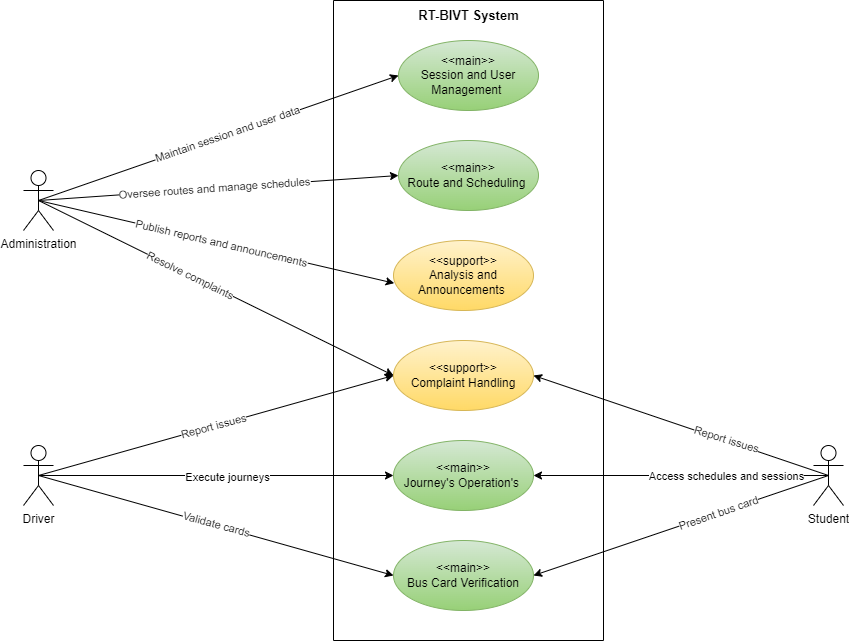
Abubakar-doc/FYP-24-SE-A-204 keeps this draw.io diagram as Project Real-Time Bus ID Verification and Tracking/DOCUMENTATION/UseCaseDiagrams/OverallSystem.drawio.png. Above is the earlier version. Source tidied: cells renumbered, new cells last; positions are measured from the earlier drawing's top-left corner, leaving out a move shared by most shapes. The source it was exported from:
```xml
<mxGraphModel>
  <root>
    <mxCell id="0" />
    <mxCell id="1" parent="0" />
    <mxCell id="2" style="swimlane;startSize=0;fillColor=default;fontColor=#000000;strokeColor=#000000;" parent="1" vertex="1">
      <mxGeometry x="310" width="270" height="640" as="geometry" />
    </mxCell>
    <mxCell id="3" value="&lt;b&gt;&lt;font style=&quot;font-size: 13px;&quot;&gt;RT-BIVT System&lt;/font&gt;&lt;/b&gt;" style="text;html=1;align=center;verticalAlign=middle;strokeColor=none;fillColor=none;fontColor=#000000;" parent="2" vertex="1">
      <mxGeometry x="75" width="120" height="30" as="geometry" />
    </mxCell>
    <mxCell id="4" value="&lt;div&gt;&amp;lt;&amp;lt;main&amp;gt;&amp;gt;&lt;/div&gt;&lt;div&gt;Session and User Management&amp;nbsp;&lt;/div&gt;" style="ellipse;whiteSpace=wrap;html=1;fillColor=#d5e8d4;strokeColor=#82b366;gradientColor=#97d077;" parent="2" vertex="1">
      <mxGeometry x="65" y="40" width="140" height="70" as="geometry" />
    </mxCell>
    <mxCell id="5" value="&lt;div&gt;&amp;lt;&amp;lt;main&amp;gt;&amp;gt;&lt;/div&gt;&lt;div&gt;Route and Scheduling&amp;nbsp;&lt;/div&gt;" style="ellipse;whiteSpace=wrap;html=1;fillColor=#d5e8d4;strokeColor=#82b366;gradientColor=#97d077;" parent="2" vertex="1">
      <mxGeometry x="65" y="140" width="140" height="70" as="geometry" />
    </mxCell>
    <mxCell id="6" value="&lt;div&gt;&amp;lt;&amp;lt;main&amp;gt;&amp;gt;&lt;/div&gt;&lt;div&gt;Bus Card Verification&lt;/div&gt;" style="ellipse;whiteSpace=wrap;html=1;fillColor=#d5e8d4;strokeColor=#82b366;gradientColor=#97d077;" parent="2" vertex="1">
      <mxGeometry x="60" y="540" width="140" height="70" as="geometry" />
    </mxCell>
    <mxCell id="7" value="&lt;div&gt;&amp;lt;&amp;lt;main&amp;gt;&amp;gt;&lt;/div&gt;&lt;div&gt;Journey's Operation's&amp;nbsp;&lt;/div&gt;" style="ellipse;whiteSpace=wrap;html=1;fillColor=#d5e8d4;strokeColor=#82b366;gradientColor=#97d077;" parent="2" vertex="1">
      <mxGeometry x="60" y="440" width="140" height="70" as="geometry" />
    </mxCell>
    <mxCell id="8" value="&lt;div&gt;&amp;lt;&amp;lt;support&amp;gt;&amp;gt;&lt;/div&gt;Analysis and Announcements&amp;nbsp;" style="ellipse;whiteSpace=wrap;html=1;fillColor=#fff2cc;strokeColor=#d6b656;gradientColor=#ffd966;" parent="2" vertex="1">
      <mxGeometry x="60" y="240" width="140" height="70" as="geometry" />
    </mxCell>
    <mxCell id="9" value="&lt;div&gt;&amp;lt;&amp;lt;support&amp;gt;&amp;gt;&lt;/div&gt;Complaint Handling" style="ellipse;whiteSpace=wrap;html=1;fillColor=#fff2cc;strokeColor=#d6b656;gradientColor=#ffd966;" parent="2" vertex="1">
      <mxGeometry x="60" y="340" width="140" height="70" as="geometry" />
    </mxCell>
    <mxCell id="10" style="rounded=0;jettySize=auto;html=1;exitX=0.5;exitY=0.5;exitDx=0;exitDy=0;exitPerimeter=0;entryX=0;entryY=0.5;entryDx=0;entryDy=0;" parent="1" edge="1" source="16" target="4">
      <mxGeometry relative="1" as="geometry" />
    </mxCell>
    <mxCell id="11" value="Maintain session and user data" style="edgeLabel;html=1;align=center;verticalAlign=middle;rotation=341;" parent="10" vertex="1">
      <mxGeometry x="-0.07" y="-1" relative="1" as="geometry">
        <mxPoint x="20" y="-9" as="offset" />
      </mxGeometry>
    </mxCell>
    <mxCell id="12" style="rounded=0;jettySize=auto;html=1;exitX=0.5;exitY=0.5;exitDx=0;exitDy=0;exitPerimeter=0;entryX=0;entryY=0.5;entryDx=0;entryDy=0;" parent="1" edge="1" source="16" target="5">
      <mxGeometry relative="1" as="geometry" />
    </mxCell>
    <mxCell id="13" value="Oversee routes and manage schedules" style="edgeLabel;html=1;align=center;verticalAlign=middle;rotation=356;" parent="12" vertex="1">
      <mxGeometry x="-0.05" relative="1" as="geometry">
        <mxPoint x="3" y="-1" as="offset" />
      </mxGeometry>
    </mxCell>
    <mxCell id="14" style="rounded=0;jettySize=auto;html=1;exitX=0.5;exitY=0.5;exitDx=0;exitDy=0;exitPerimeter=0;entryX=0;entryY=0.5;entryDx=0;entryDy=0;" parent="1" edge="1" source="16" target="9">
      <mxGeometry relative="1" as="geometry" />
    </mxCell>
    <mxCell id="15" value="Resolve complaints" style="edgeLabel;html=1;align=center;verticalAlign=middle;rotation=26;" parent="14" vertex="1">
      <mxGeometry x="-0.04" relative="1" as="geometry">
        <mxPoint x="-19" y="-10" as="offset" />
      </mxGeometry>
    </mxCell>
    <mxCell id="16" value="Administration" style="shape=umlActor;verticalLabelPosition=bottom;verticalAlign=top;html=1;fillColor=none;fontColor=#000000;strokeColor=#000000;" parent="1" vertex="1">
      <mxGeometry y="170" width="30" height="60" as="geometry" />
    </mxCell>
    <mxCell id="17" style="rounded=0;jettySize=auto;html=1;exitX=0.5;exitY=0.5;exitDx=0;exitDy=0;exitPerimeter=0;entryX=1;entryY=0.5;entryDx=0;entryDy=0;" parent="1" edge="1" source="19" target="9">
      <mxGeometry relative="1" as="geometry" />
    </mxCell>
    <mxCell id="18" value="Report issues" style="edgeLabel;html=1;align=center;verticalAlign=middle;rotation=17;" parent="17" vertex="1">
      <mxGeometry x="-0.23" relative="1" as="geometry">
        <mxPoint x="11" y="2" as="offset" />
      </mxGeometry>
    </mxCell>
    <mxCell id="19" value="Student" style="shape=umlActor;verticalLabelPosition=bottom;verticalAlign=top;html=1;fillColor=none;fontColor=#000000;strokeColor=#000000;" parent="1" vertex="1">
      <mxGeometry x="790" y="445" width="30" height="60" as="geometry" />
    </mxCell>
    <mxCell id="20" style="rounded=0;jettySize=auto;html=1;exitX=0.5;exitY=0.5;exitDx=0;exitDy=0;exitPerimeter=0;entryX=1;entryY=0.5;entryDx=0;entryDy=0;" parent="1" edge="1" source="19" target="7">
      <mxGeometry relative="1" as="geometry" />
    </mxCell>
    <mxCell id="21" value="Access schedules and sessions" style="edgeLabel;html=1;align=center;verticalAlign=middle;rotation=0;" parent="20" vertex="1">
      <mxGeometry x="0.06" y="1" relative="1" as="geometry">
        <mxPoint x="54" y="-1" as="offset" />
      </mxGeometry>
    </mxCell>
    <mxCell id="22" style="rounded=0;jettySize=auto;html=1;exitX=0.5;exitY=0.5;exitDx=0;exitDy=0;exitPerimeter=0;entryX=1;entryY=0.5;entryDx=0;entryDy=0;" parent="1" edge="1" source="19" target="6">
      <mxGeometry relative="1" as="geometry" />
    </mxCell>
    <mxCell id="23" value="Present bus card" style="edgeLabel;html=1;align=center;verticalAlign=middle;rotation=341;" parent="22" vertex="1">
      <mxGeometry x="-0.01" y="1" relative="1" as="geometry">
        <mxPoint x="34" y="-13" as="offset" />
      </mxGeometry>
    </mxCell>
    <mxCell id="24" style="rounded=0;jettySize=auto;html=1;exitX=0.5;exitY=0.5;exitDx=0;exitDy=0;exitPerimeter=0;entryX=0;entryY=0.5;entryDx=0;entryDy=0;" parent="1" edge="1" source="30" target="9">
      <mxGeometry relative="1" as="geometry" />
    </mxCell>
    <mxCell id="25" value="Report issues" style="edgeLabel;html=1;align=center;verticalAlign=middle;rotation=345;" parent="24" vertex="1">
      <mxGeometry x="0.01" y="-11" relative="1" as="geometry">
        <mxPoint x="-8" y="-10" as="offset" />
      </mxGeometry>
    </mxCell>
    <mxCell id="26" style="rounded=0;jettySize=auto;html=1;exitX=0.5;exitY=0.5;exitDx=0;exitDy=0;exitPerimeter=0;entryX=0;entryY=0.5;entryDx=0;entryDy=0;" parent="1" edge="1" source="30" target="6">
      <mxGeometry relative="1" as="geometry" />
    </mxCell>
    <mxCell id="27" value="Validate cards" style="edgeLabel;html=1;align=center;verticalAlign=middle;rotation=15;" parent="26" vertex="1">
      <mxGeometry y="2" relative="1" as="geometry">
        <mxPoint x="-1" as="offset" />
      </mxGeometry>
    </mxCell>
    <mxCell id="28" style="rounded=0;jettySize=auto;html=1;exitX=0.5;exitY=0.5;exitDx=0;exitDy=0;exitPerimeter=0;entryX=0;entryY=0.5;entryDx=0;entryDy=0;" parent="1" edge="1" source="30" target="7">
      <mxGeometry relative="1" as="geometry" />
    </mxCell>
    <mxCell id="29" value="Execute journeys" style="edgeLabel;html=1;align=center;verticalAlign=middle;" parent="28" vertex="1">
      <mxGeometry x="0.08" y="-4" relative="1" as="geometry">
        <mxPoint x="-3" y="-3" as="offset" />
      </mxGeometry>
    </mxCell>
    <mxCell id="30" value="Driver" style="shape=umlActor;verticalLabelPosition=bottom;verticalAlign=top;html=1;fillColor=none;fontColor=#000000;strokeColor=#000000;" parent="1" vertex="1">
      <mxGeometry y="445" width="30" height="60" as="geometry" />
    </mxCell>
    <mxCell id="31" style="rounded=0;jettySize=auto;html=1;exitX=0.5;exitY=0.5;exitDx=0;exitDy=0;exitPerimeter=0;entryX=0.005;entryY=0.61;entryDx=0;entryDy=0;entryPerimeter=0;" parent="1" edge="1" source="16" target="8">
      <mxGeometry relative="1" as="geometry" />
    </mxCell>
    <mxCell id="32" value="Publish reports and announcements" style="edgeLabel;html=1;align=center;verticalAlign=middle;rotation=13;" parent="31" vertex="1">
      <mxGeometry x="-0.01" y="3" relative="1" as="geometry">
        <mxPoint x="5" y="4" as="offset" />
      </mxGeometry>
    </mxCell>
  </root>
</mxGraphModel>
```
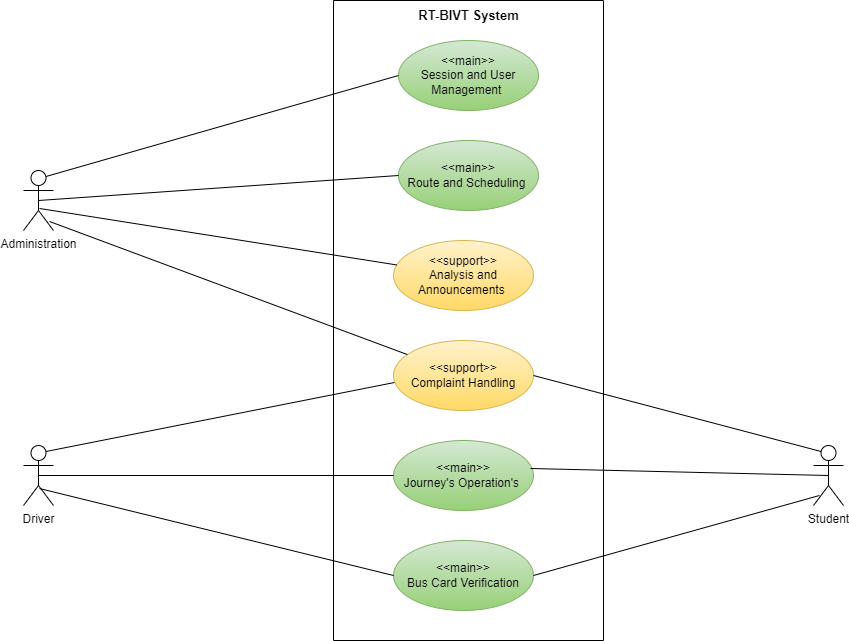
Later version of the same file.

Change to the diagram source:
```diff
@@ -26,94 +26,44 @@
     <mxCell id="9" value="&lt;div&gt;&amp;lt;&amp;lt;support&amp;gt;&amp;gt;&lt;/div&gt;Complaint Handling" style="ellipse;whiteSpace=wrap;html=1;fillColor=#fff2cc;strokeColor=#d6b656;gradientColor=#ffd966;" parent="2" vertex="1">
       <mxGeometry x="60" y="340" width="140" height="70" as="geometry" />
     </mxCell>
+    <mxCell id="16" value="Administration" style="shape=umlActor;verticalLabelPosition=bottom;verticalAlign=top;html=1;fillColor=none;fontColor=#000000;strokeColor=#000000;" parent="1" vertex="1">
+      <mxGeometry y="170" width="30" height="60" as="geometry" />
+    </mxCell>
+    <mxCell id="19" value="Student" style="shape=umlActor;verticalLabelPosition=bottom;verticalAlign=top;html=1;fillColor=none;fontColor=#000000;strokeColor=#000000;" parent="1" vertex="1">
+      <mxGeometry x="790" y="445" width="30" height="60" as="geometry" />
+    </mxCell>
+    <mxCell id="30" value="Driver" style="shape=umlActor;verticalLabelPosition=bottom;verticalAlign=top;html=1;fillColor=none;fontColor=#000000;strokeColor=#000000;" parent="1" vertex="1">
+      <mxGeometry y="445" width="30" height="60" as="geometry" />
+    </mxCell>
-    <mxCell id="10" style="rounded=0;jettySize=auto;html=1;exitX=0.5;exitY=0.5;exitDx=0;exitDy=0;exitPerimeter=0;entryX=0;entryY=0.5;entryDx=0;entryDy=0;" parent="1" edge="1" source="16" target="4">
+    <mxCell id="10" style="endArrow=none;html=1;rounded=0;exitX=0.75;exitY=0.1;exitDx=0;exitDy=0;exitPerimeter=0;entryX=0;entryY=0.5;entryDx=0;entryDy=0;" parent="1" edge="1" source="16" target="4">
       <mxGeometry relative="1" as="geometry" />
     </mxCell>
-    <mxCell id="11" value="Maintain session and user data" style="edgeLabel;html=1;align=center;verticalAlign=middle;rotation=341;" parent="10" vertex="1">
-      <mxGeometry x="-0.07" y="-1" relative="1" as="geometry">
-        <mxPoint x="20" y="-9" as="offset" />
-      </mxGeometry>
-    </mxCell>
-    <mxCell id="12" style="rounded=0;jettySize=auto;html=1;exitX=0.5;exitY=0.5;exitDx=0;exitDy=0;exitPerimeter=0;entryX=0;entryY=0.5;entryDx=0;entryDy=0;" parent="1" edge="1" source="16" target="5">
+    <mxCell id="12" style="endArrow=none;html=1;rounded=0;exitX=0.5;exitY=0.5;exitDx=0;exitDy=0;exitPerimeter=0;entryX=0;entryY=0.5;entryDx=0;entryDy=0;" parent="1" edge="1" source="16" target="5">
       <mxGeometry relative="1" as="geometry" />
     </mxCell>
-    <mxCell id="13" value="Oversee routes and manage schedules" style="edgeLabel;html=1;align=center;verticalAlign=middle;rotation=356;" parent="12" vertex="1">
-      <mxGeometry x="-0.05" relative="1" as="geometry">
-        <mxPoint x="3" y="-1" as="offset" />
-      </mxGeometry>
-    </mxCell>
+    <mxCell id="31" style="endArrow=none;html=1;rounded=0;exitX=0.533;exitY=0.633;exitDx=0;exitDy=0;exitPerimeter=0;" parent="1" edge="1" source="16" target="8">
+      <mxGeometry relative="1" as="geometry" />
+    </mxCell>
-    <mxCell id="14" style="rounded=0;jettySize=auto;html=1;exitX=0.5;exitY=0.5;exitDx=0;exitDy=0;exitPerimeter=0;entryX=0;entryY=0.5;entryDx=0;entryDy=0;" parent="1" edge="1" source="16" target="9">
+    <mxCell id="14" style="endArrow=none;html=1;rounded=0;exitX=0.867;exitY=0.85;exitDx=0;exitDy=0;exitPerimeter=0;" parent="1" edge="1" source="16" target="9">
       <mxGeometry relative="1" as="geometry" />
     </mxCell>
-    <mxCell id="15" value="Resolve complaints" style="edgeLabel;html=1;align=center;verticalAlign=middle;rotation=26;" parent="14" vertex="1">
-      <mxGeometry x="-0.04" relative="1" as="geometry">
-        <mxPoint x="-19" y="-10" as="offset" />
-      </mxGeometry>
-    </mxCell>
-    <mxCell id="16" value="Administration" style="shape=umlActor;verticalLabelPosition=bottom;verticalAlign=top;html=1;fillColor=none;fontColor=#000000;strokeColor=#000000;" parent="1" vertex="1">
-      <mxGeometry y="170" width="30" height="60" as="geometry" />
-    </mxCell>
-    <mxCell id="17" style="rounded=0;jettySize=auto;html=1;exitX=0.5;exitY=0.5;exitDx=0;exitDy=0;exitPerimeter=0;entryX=1;entryY=0.5;entryDx=0;entryDy=0;" parent="1" edge="1" source="19" target="9">
-      <mxGeometry relative="1" as="geometry" />
-    </mxCell>
-    <mxCell id="18" value="Report issues" style="edgeLabel;html=1;align=center;verticalAlign=middle;rotation=17;" parent="17" vertex="1">
-      <mxGeometry x="-0.23" relative="1" as="geometry">
-        <mxPoint x="11" y="2" as="offset" />
-      </mxGeometry>
-    </mxCell>
-    <mxCell id="19" value="Student" style="shape=umlActor;verticalLabelPosition=bottom;verticalAlign=top;html=1;fillColor=none;fontColor=#000000;strokeColor=#000000;" parent="1" vertex="1">
-      <mxGeometry x="790" y="445" width="30" height="60" as="geometry" />
-    </mxCell>
-    <mxCell id="20" style="rounded=0;jettySize=auto;html=1;exitX=0.5;exitY=0.5;exitDx=0;exitDy=0;exitPerimeter=0;entryX=1;entryY=0.5;entryDx=0;entryDy=0;" parent="1" edge="1" source="19" target="7">
-      <mxGeometry relative="1" as="geometry" />
-    </mxCell>
-    <mxCell id="21" value="Access schedules and sessions" style="edgeLabel;html=1;align=center;verticalAlign=middle;rotation=0;" parent="20" vertex="1">
-      <mxGeometry x="0.06" y="1" relative="1" as="geometry">
-        <mxPoint x="54" y="-1" as="offset" />
-      </mxGeometry>
-    </mxCell>
-    <mxCell id="22" style="rounded=0;jettySize=auto;html=1;exitX=0.5;exitY=0.5;exitDx=0;exitDy=0;exitPerimeter=0;entryX=1;entryY=0.5;entryDx=0;entryDy=0;" parent="1" edge="1" source="19" target="6">
-      <mxGeometry relative="1" as="geometry" />
-    </mxCell>
-    <mxCell id="23" value="Present bus card" style="edgeLabel;html=1;align=center;verticalAlign=middle;rotation=341;" parent="22" vertex="1">
-      <mxGeometry x="-0.01" y="1" relative="1" as="geometry">
-        <mxPoint x="34" y="-13" as="offset" />
-      </mxGeometry>
-    </mxCell>
+    <mxCell id="33" style="endArrow=none;html=1;rounded=0;entryX=0.25;entryY=0.1;entryDx=0;entryDy=0;entryPerimeter=0;exitX=1;exitY=0.5;exitDx=0;exitDy=0;" parent="1" edge="1" source="9" target="19">
+      <mxGeometry relative="1" as="geometry" />
+    </mxCell>
+    <mxCell id="34" style="endArrow=none;html=1;rounded=0;exitX=0.979;exitY=0.4;exitDx=0;exitDy=0;exitPerimeter=0;entryX=0.5;entryY=0.5;entryDx=0;entryDy=0;entryPerimeter=0;" parent="1" edge="1" source="7" target="19">
+      <mxGeometry relative="1" as="geometry" />
+    </mxCell>
+    <mxCell id="35" style="endArrow=none;html=1;rounded=0;entryX=0.2;entryY=0.833;entryDx=0;entryDy=0;entryPerimeter=0;exitX=1;exitY=0.5;exitDx=0;exitDy=0;" parent="1" edge="1" source="6" target="19">
+      <mxGeometry relative="1" as="geometry" />
+    </mxCell>
-    <mxCell id="24" style="rounded=0;jettySize=auto;html=1;exitX=0.5;exitY=0.5;exitDx=0;exitDy=0;exitPerimeter=0;entryX=0;entryY=0.5;entryDx=0;entryDy=0;" parent="1" edge="1" source="30" target="9">
+    <mxCell id="24" style="endArrow=none;html=1;rounded=0;exitX=0.75;exitY=0.1;exitDx=0;exitDy=0;exitPerimeter=0;entryX=0.007;entryY=0.6;entryDx=0;entryDy=0;entryPerimeter=0;" parent="1" edge="1" source="30" target="9">
       <mxGeometry relative="1" as="geometry" />
     </mxCell>
-    <mxCell id="25" value="Report issues" style="edgeLabel;html=1;align=center;verticalAlign=middle;rotation=345;" parent="24" vertex="1">
-      <mxGeometry x="0.01" y="-11" relative="1" as="geometry">
-        <mxPoint x="-8" y="-10" as="offset" />
-      </mxGeometry>
-    </mxCell>
+    <mxCell id="28" style="endArrow=none;html=1;rounded=0;exitX=0.5;exitY=0.5;exitDx=0;exitDy=0;exitPerimeter=0;entryX=0;entryY=0.5;entryDx=0;entryDy=0;" parent="1" edge="1" source="30" target="7">
+      <mxGeometry relative="1" as="geometry" />
+    </mxCell>
-    <mxCell id="26" style="rounded=0;jettySize=auto;html=1;exitX=0.5;exitY=0.5;exitDx=0;exitDy=0;exitPerimeter=0;entryX=0;entryY=0.5;entryDx=0;entryDy=0;" parent="1" edge="1" source="30" target="6">
+    <mxCell id="26" style="endArrow=none;html=1;rounded=0;exitX=0.533;exitY=0.717;exitDx=0;exitDy=0;exitPerimeter=0;entryX=0;entryY=0.5;entryDx=0;entryDy=0;" parent="1" edge="1" source="30" target="6">
       <mxGeometry relative="1" as="geometry" />
     </mxCell>
-    <mxCell id="27" value="Validate cards" style="edgeLabel;html=1;align=center;verticalAlign=middle;rotation=15;" parent="26" vertex="1">
-      <mxGeometry y="2" relative="1" as="geometry">
-        <mxPoint x="-1" as="offset" />
-      </mxGeometry>
-    </mxCell>
-    <mxCell id="28" style="rounded=0;jettySize=auto;html=1;exitX=0.5;exitY=0.5;exitDx=0;exitDy=0;exitPerimeter=0;entryX=0;entryY=0.5;entryDx=0;entryDy=0;" parent="1" edge="1" source="30" target="7">
-      <mxGeometry relative="1" as="geometry" />
-    </mxCell>
-    <mxCell id="29" value="Execute journeys" style="edgeLabel;html=1;align=center;verticalAlign=middle;" parent="28" vertex="1">
-      <mxGeometry x="0.08" y="-4" relative="1" as="geometry">
-        <mxPoint x="-3" y="-3" as="offset" />
-      </mxGeometry>
-    </mxCell>
-    <mxCell id="30" value="Driver" style="shape=umlActor;verticalLabelPosition=bottom;verticalAlign=top;html=1;fillColor=none;fontColor=#000000;strokeColor=#000000;" parent="1" vertex="1">
-      <mxGeometry y="445" width="30" height="60" as="geometry" />
-    </mxCell>
-    <mxCell id="31" style="rounded=0;jettySize=auto;html=1;exitX=0.5;exitY=0.5;exitDx=0;exitDy=0;exitPerimeter=0;entryX=0.005;entryY=0.61;entryDx=0;entryDy=0;entryPerimeter=0;" parent="1" edge="1" source="16" target="8">
-      <mxGeometry relative="1" as="geometry" />
-    </mxCell>
-    <mxCell id="32" value="Publish reports and announcements" style="edgeLabel;html=1;align=center;verticalAlign=middle;rotation=13;" parent="31" vertex="1">
-      <mxGeometry x="-0.01" y="3" relative="1" as="geometry">
-        <mxPoint x="5" y="4" as="offset" />
-      </mxGeometry>
-    </mxCell>
   </root>
 </mxGraphModel>
```
